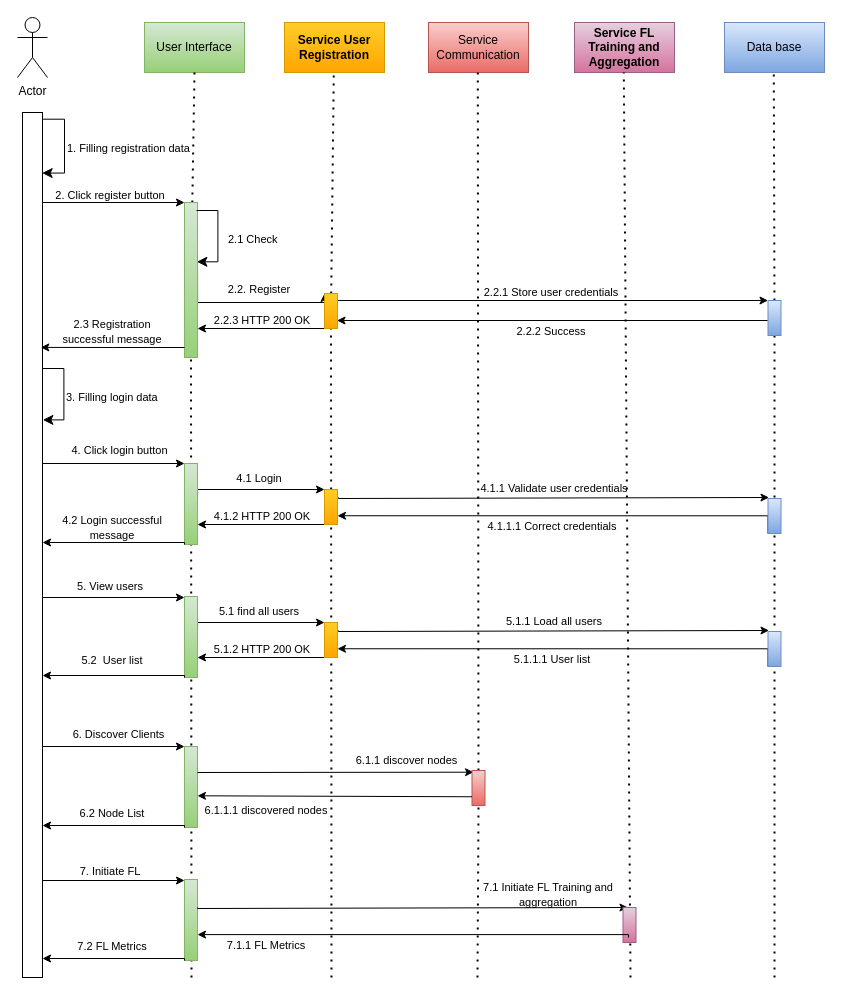
Earlier version of the draw.io diagram Thesis/Process View.drawio (anandanlk/Drawings). Source tidied: cells renumbered, new cells numbered last; positions are measured from the earlier drawing's top-left corner, leaving out a move shared by most shapes. Both pictures are drawn from the tidied source at 100%, with x=0, y=0 at pixel (17, 17).
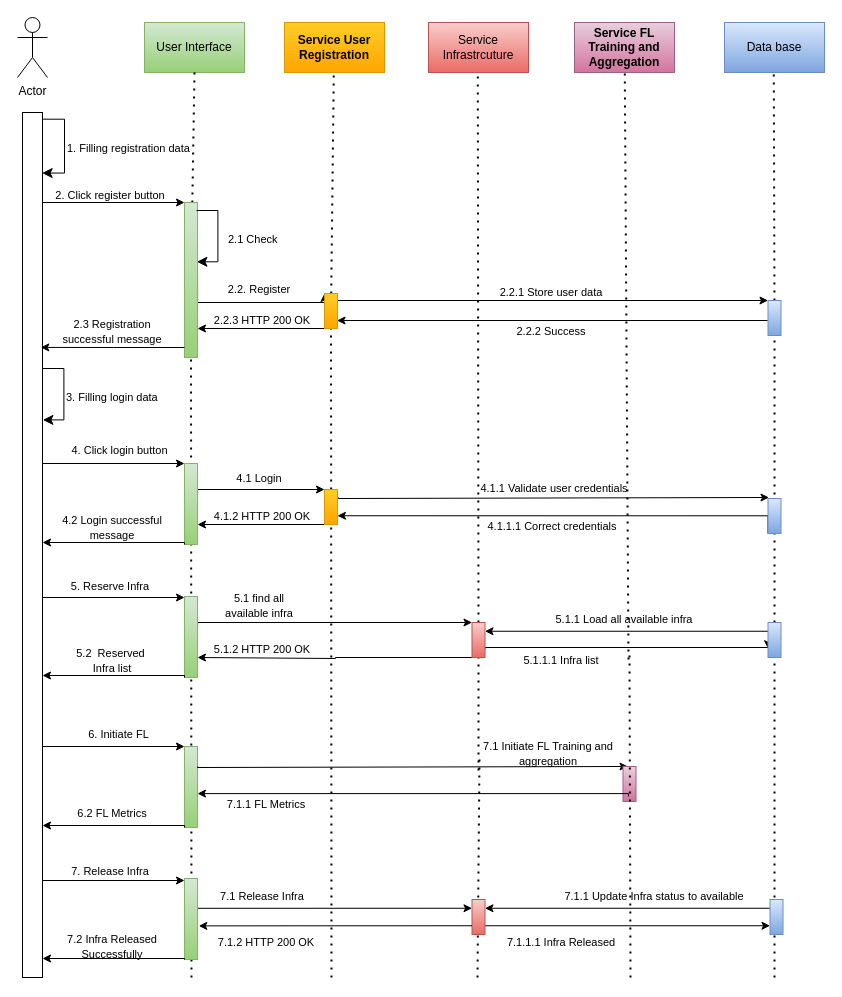
After the change.

Unchanged cells that the change refers to:
```xml
<mxCell id="30" style="rounded=0;whiteSpace=wrap;html=1;fillColor=#dae8fc;strokeColor=#6c8ebf;gradientColor=#7ea6e0;" parent="1" vertex="1">
  <mxGeometry x="750.5" y="283" width="13" height="35" as="geometry" />
</mxCell>
<mxCell id="53" style="rounded=0;whiteSpace=wrap;html=1;fillColor=#d5e8d4;gradientColor=#97d077;strokeColor=#82b366;" parent="1" vertex="1">
  <mxGeometry x="167" y="579" width="13" height="81" as="geometry" />
</mxCell>
```

What changed in the source:
```diff
@@
-    <mxCell id="4" value="Service Communication" style="html=1;dashed=0;whiteSpace=wrap;fillColor=#f8cecc;gradientColor=#ea6b66;strokeColor=#b85450;" parent="1" vertex="1">
+    <mxCell id="4" value="Service Infrastrcuture" style="html=1;dashed=0;whiteSpace=wrap;fillColor=#f8cecc;gradientColor=#ea6b66;strokeColor=#b85450;" parent="1" vertex="1">
       <mxGeometry x="411" y="5" width="100" height="50" as="geometry" />
     </mxCell>
@@
-    <mxCell id="12" style="endArrow=none;dashed=1;html=1;dashPattern=1 3;strokeWidth=2;rounded=0;entryX=0.5;entryY=1;entryDx=0;entryDy=0;" parent="1" edge="1" source="85">
+    <mxCell id="12" style="endArrow=none;dashed=1;html=1;dashPattern=1 3;strokeWidth=2;rounded=0;entryX=0.5;entryY=1;entryDx=0;entryDy=0;" parent="1" edge="1" source="92">
       <mxGeometry relative="1" as="geometry">
         <mxPoint x="460.3" y="55" as="targetPoint" />
       </mxGeometry>
     </mxCell>
-    <mxCell id="13" style="endArrow=none;dashed=1;html=1;dashPattern=1 3;strokeWidth=2;rounded=0;entryX=0.5;entryY=1;entryDx=0;entryDy=0;" parent="1" edge="1">
+    <mxCell id="13" style="endArrow=none;dashed=1;html=1;dashPattern=1 3;strokeWidth=2;rounded=0;entryX=0.5;entryY=1;entryDx=0;entryDy=0;exitX=1;exitY=0.5;exitDx=0;exitDy=0;" parent="1" edge="1">
       <mxGeometry relative="1" as="geometry">
-        <mxPoint x="613" y="960" as="sourcePoint" />
-        <mxPoint x="606.3" y="55" as="targetPoint" />
+        <mxPoint x="611" y="642" as="sourcePoint" />
+        <mxPoint x="607.3" y="55" as="targetPoint" />
       </mxGeometry>
     </mxCell>
@@
-    <mxCell id="29" style="endArrow=none;dashed=1;html=1;dashPattern=1 3;strokeWidth=2;rounded=0;entryX=0.5;entryY=1;entryDx=0;entryDy=0;" parent="1" edge="1" target="30">
-      <mxGeometry relative="1" as="geometry">
-        <mxPoint x="757" y="960" as="sourcePoint" />
-      </mxGeometry>
+    <mxCell id="29" style="endArrow=none;dashed=1;html=1;dashPattern=1 3;strokeWidth=2;rounded=0;entryX=0.5;entryY=1;entryDx=0;entryDy=0;" parent="1" edge="1" source="60" target="30">
+      <mxGeometry relative="1" as="geometry" />
     </mxCell>
@@
-    <mxCell id="31" value="&lt;font style=&quot;font-size: 11px;&quot;&gt;2.2.1 Store user credentials&lt;/font&gt;" style="text;html=1;align=center;verticalAlign=middle;whiteSpace=wrap;rounded=0;" parent="1" vertex="1">
+    <mxCell id="31" value="&lt;font style=&quot;font-size: 11px;&quot;&gt;2.2.1 Store user data&lt;/font&gt;" style="text;html=1;align=center;verticalAlign=middle;whiteSpace=wrap;rounded=0;" parent="1" vertex="1">
       <mxGeometry x="459" y="260" width="150" height="30" as="geometry" />
     </mxCell>
@@
-    <mxCell id="51" value="&lt;font style=&quot;font-size: 11px;&quot;&gt;5. View users&lt;/font&gt;" style="text;html=1;align=center;verticalAlign=middle;whiteSpace=wrap;rounded=0;" parent="1" vertex="1">
+    <mxCell id="51" value="&lt;font style=&quot;font-size: 11px;&quot;&gt;5. Reserve Infra&lt;/font&gt;" style="text;html=1;align=center;verticalAlign=middle;whiteSpace=wrap;rounded=0;" parent="1" vertex="1">
       <mxGeometry x="18" y="554" width="150" height="30" as="geometry" />
     </mxCell>
-    <mxCell id="52" style="edgeStyle=orthogonalEdgeStyle;rounded=0;jettySize=auto;html=1;entryX=0;entryY=0;entryDx=0;entryDy=0;exitX=1.005;exitY=0.421;exitDx=0;exitDy=0;exitPerimeter=0;" parent="1" edge="1" source="53" target="57">
+    <mxCell id="52" style="edgeStyle=orthogonalEdgeStyle;rounded=0;jettySize=auto;html=1;exitX=1.005;exitY=0.421;exitDx=0;exitDy=0;exitPerimeter=0;entryX=0;entryY=0;entryDx=0;entryDy=0;" parent="1" edge="1" source="53" target="92">
       <mxGeometry relative="1" as="geometry">
         <Array as="points">
           <mxPoint x="180" y="605" />
         </Array>
       </mxGeometry>
     </mxCell>
@@
-    <mxCell id="54" value="&lt;font style=&quot;font-size: 11px;&quot;&gt;5.1 find all users&lt;/font&gt;" style="text;html=1;align=center;verticalAlign=middle;whiteSpace=wrap;rounded=0;" parent="1" vertex="1">
-      <mxGeometry x="198" y="579" width="88" height="30" as="geometry" />
+    <mxCell id="54" value="&lt;font style=&quot;font-size: 11px;&quot;&gt;5.1 find all available infra&lt;/font&gt;" style="text;html=1;align=center;verticalAlign=middle;whiteSpace=wrap;rounded=0;" parent="1" vertex="1">
+      <mxGeometry x="198" y="573" width="88" height="30" as="geometry" />
     </mxCell>
-    <mxCell id="55" style="edgeStyle=orthogonalEdgeStyle;rounded=0;jettySize=auto;html=1;exitX=0;exitY=1;exitDx=0;exitDy=0;" parent="1" edge="1" source="57">
+    <mxCell id="55" style="edgeStyle=orthogonalEdgeStyle;rounded=0;jettySize=auto;html=1;exitX=0;exitY=1;exitDx=0;exitDy=0;" parent="1" edge="1" source="92">
       <mxGeometry relative="1" as="geometry">
         <mxPoint x="180" y="640" as="targetPoint" />
         <Array as="points">
-          <mxPoint x="180" y="640" />
+          <mxPoint x="318" y="640" />
+          <mxPoint x="180" y="641" />
         </Array>
       </mxGeometry>
     </mxCell>
-    <mxCell id="56" style="edgeStyle=orthogonalEdgeStyle;rounded=0;orthogonalLoop=1;jettySize=auto;html=1;entryX=0;entryY=0;entryDx=0;entryDy=0;" parent="1" edge="1">
-      <mxGeometry relative="1" as="geometry">
-        <mxPoint x="321" y="613" as="sourcePoint" />
-        <mxPoint x="751.5" y="613" as="targetPoint" />
-        <Array as="points">
-          <mxPoint x="752" y="614" />
-        </Array>
-      </mxGeometry>
-    </mxCell>
-    <mxCell id="57" style="rounded=0;whiteSpace=wrap;html=1;fillColor=#ffcd28;strokeColor=#d79b00;gradientColor=#ffa500;" parent="1" vertex="1">
-      <mxGeometry x="307" y="605" width="13" height="35" as="geometry" />
-    </mxCell>
@@
-    <mxCell id="59" style="edgeStyle=orthogonalEdgeStyle;rounded=0;jettySize=auto;html=1;exitX=0;exitY=1;exitDx=0;exitDy=0;entryX=1;entryY=0.75;entryDx=0;entryDy=0;" parent="1" edge="1" source="60" target="57">
-      <mxGeometry relative="1" as="geometry">
-        <Array as="points">
-          <mxPoint x="751" y="631" />
-        </Array>
-      </mxGeometry>
-    </mxCell>
-    <mxCell id="60" style="rounded=0;whiteSpace=wrap;html=1;fillColor=#dae8fc;strokeColor=#6c8ebf;gradientColor=#7ea6e0;" parent="1" vertex="1">
-      <mxGeometry x="750.5" y="614" width="13" height="35" as="geometry" />
-    </mxCell>
-    <mxCell id="61" value="&lt;font style=&quot;font-size: 11px;&quot;&gt;5.1.1 Load all users&lt;/font&gt;" style="text;html=1;align=center;verticalAlign=middle;whiteSpace=wrap;rounded=0;" parent="1" vertex="1">
-      <mxGeometry x="462" y="589" width="150" height="30" as="geometry" />
+    <mxCell id="61" value="&lt;font style=&quot;font-size: 11px;&quot;&gt;5.1.1 Load all available infra&lt;/font&gt;" style="text;html=1;align=center;verticalAlign=middle;whiteSpace=wrap;rounded=0;" parent="1" vertex="1">
+      <mxGeometry x="532" y="587" width="150" height="30" as="geometry" />
     </mxCell>
@@
-    <mxCell id="63" value="&lt;font style=&quot;font-size: 11px;&quot;&gt;5.2&amp;nbsp; User list&lt;/font&gt;" style="text;html=1;align=center;verticalAlign=middle;whiteSpace=wrap;rounded=0;" parent="1" vertex="1">
+    <mxCell id="63" value="&lt;font style=&quot;font-size: 11px;&quot;&gt;5.2&amp;nbsp; Reserved&amp;nbsp;&lt;/font&gt;&lt;div&gt;&lt;font style=&quot;font-size: 11px;&quot;&gt;Infra list&lt;/font&gt;&lt;/div&gt;" style="text;html=1;align=center;verticalAlign=middle;whiteSpace=wrap;rounded=0;" parent="1" vertex="1">
       <mxGeometry x="40" y="628" width="110" height="30" as="geometry" />
     </mxCell>
-    <mxCell id="64" value="&lt;font style=&quot;font-size: 11px;&quot;&gt;5.1.1.1 User list&lt;/font&gt;" style="text;html=1;align=center;verticalAlign=middle;whiteSpace=wrap;rounded=0;" parent="1" vertex="1">
-      <mxGeometry x="460" y="627" width="150" height="30" as="geometry" />
+    <mxCell id="64" value="&lt;font style=&quot;font-size: 11px;&quot;&gt;5.1.1.1 Infra list&lt;/font&gt;" style="text;html=1;align=center;verticalAlign=middle;whiteSpace=wrap;rounded=0;" parent="1" vertex="1">
+      <mxGeometry x="468.5" y="628" width="150" height="30" as="geometry" />
     </mxCell>
@@
-    <mxCell id="67" value="&lt;font style=&quot;font-size: 11px;&quot;&gt;6. Discover Clients&lt;/font&gt;" style="text;html=1;align=center;verticalAlign=middle;whiteSpace=wrap;rounded=0;" parent="1" vertex="1">
+    <mxCell id="67" value="&lt;font style=&quot;font-size: 11px;&quot;&gt;6. Initiate FL&lt;/font&gt;" style="text;html=1;align=center;verticalAlign=middle;whiteSpace=wrap;rounded=0;" parent="1" vertex="1">
       <mxGeometry x="44" y="705" width="115" height="23" as="geometry" />
     </mxCell>
@@
-    <mxCell id="69" style="edgeStyle=orthogonalEdgeStyle;rounded=0;orthogonalLoop=1;jettySize=auto;html=1;" parent="1" edge="1">
-      <mxGeometry relative="1" as="geometry">
-        <mxPoint x="180" y="755" as="sourcePoint" />
-        <mxPoint x="456" y="754.7" as="targetPoint" />
-        <Array as="points">
-          <mxPoint x="180" y="755" />
-        </Array>
-      </mxGeometry>
-    </mxCell>
@@
-    <mxCell id="71" value="&lt;font style=&quot;font-size: 11px;&quot;&gt;6.2 Node List&lt;/font&gt;" style="text;html=1;align=center;verticalAlign=middle;whiteSpace=wrap;rounded=0;" parent="1" vertex="1">
+    <mxCell id="71" value="&lt;font style=&quot;font-size: 11px;&quot;&gt;6.2 FL Metrics&lt;/font&gt;" style="text;html=1;align=center;verticalAlign=middle;whiteSpace=wrap;rounded=0;" parent="1" vertex="1">
       <mxGeometry x="40" y="781" width="110" height="30" as="geometry" />
     </mxCell>
-    <mxCell id="72" value="&lt;font style=&quot;font-size: 11px;&quot;&gt;7. Initiate FL&lt;/font&gt;" style="text;html=1;align=center;verticalAlign=middle;whiteSpace=wrap;rounded=0;" parent="1" vertex="1">
+    <mxCell id="72" value="&lt;font style=&quot;font-size: 11px;&quot;&gt;7. Release Infra&lt;/font&gt;" style="text;html=1;align=center;verticalAlign=middle;whiteSpace=wrap;rounded=0;" parent="1" vertex="1">
       <mxGeometry x="18" y="839" width="150" height="30" as="geometry" />
     </mxCell>
+    <mxCell id="89" style="edgeStyle=orthogonalEdgeStyle;rounded=0;jettySize=auto;html=1;exitX=1;exitY=0.25;exitDx=0;exitDy=0;entryX=0;entryY=0.25;entryDx=0;entryDy=0;" parent="1" edge="1" source="73" target="101">
+      <mxGeometry relative="1" as="geometry">
+        <Array as="points">
+          <mxPoint x="180" y="891" />
+        </Array>
+      </mxGeometry>
+    </mxCell>
     <mxCell id="73" style="rounded=0;whiteSpace=wrap;html=1;fillColor=#d5e8d4;gradientColor=#97d077;strokeColor=#82b366;" parent="1" vertex="1">
-      <mxGeometry x="167" y="862" width="13" height="81" as="geometry" />
+      <mxGeometry x="167" y="861" width="13" height="81" as="geometry" />
     </mxCell>
     <mxCell id="74" style="edgeStyle=orthogonalEdgeStyle;rounded=0;orthogonalLoop=1;jettySize=auto;html=1;entryX=0;entryY=0;entryDx=0;entryDy=0;" parent="1" edge="1">
       <mxGeometry relative="1" as="geometry">
-        <mxPoint x="180" y="890" as="sourcePoint" />
-        <mxPoint x="610.5" y="890" as="targetPoint" />
+        <mxPoint x="180" y="749" as="sourcePoint" />
+        <mxPoint x="610.5" y="749" as="targetPoint" />
         <Array as="points">
-          <mxPoint x="611" y="891" />
+          <mxPoint x="611" y="750" />
         </Array>
       </mxGeometry>
     </mxCell>
     <mxCell id="75" style="rounded=0;whiteSpace=wrap;html=1;fillColor=#e6d0de;strokeColor=#996185;gradientColor=#d5739d;" parent="1" vertex="1">
-      <mxGeometry x="605.5" y="890" width="13" height="35" as="geometry" />
+      <mxGeometry x="605.5" y="749" width="13" height="35" as="geometry" />
     </mxCell>
     <mxCell id="76" style="edgeStyle=orthogonalEdgeStyle;rounded=0;orthogonalLoop=1;jettySize=auto;html=1;entryX=1;entryY=0.75;entryDx=0;entryDy=0;" parent="1" edge="1">
       <mxGeometry relative="1" as="geometry">
-        <mxPoint x="611" y="920" as="sourcePoint" />
-        <mxPoint x="180" y="917.1" as="targetPoint" />
+        <mxPoint x="611" y="779" as="sourcePoint" />
+        <mxPoint x="180" y="776.1" as="targetPoint" />
         <Array as="points">
-          <mxPoint x="611" y="916.9" />
+          <mxPoint x="611" y="775.9" />
         </Array>
       </mxGeometry>
     </mxCell>
     <mxCell id="77" value="&lt;font style=&quot;font-size: 11px;&quot;&gt;7.1 Initiate FL Training and aggregation&lt;/font&gt;" style="text;html=1;align=center;verticalAlign=middle;whiteSpace=wrap;rounded=0;" parent="1" vertex="1">
-      <mxGeometry x="455.5" y="862" width="150" height="30" as="geometry" />
+      <mxGeometry x="455.5" y="721" width="150" height="30" as="geometry" />
     </mxCell>
@@
-    <mxCell id="79" value="&lt;font style=&quot;font-size: 11px;&quot;&gt;7.2 FL Metrics&lt;/font&gt;" style="text;html=1;align=center;verticalAlign=middle;whiteSpace=wrap;rounded=0;" parent="1" vertex="1">
+    <mxCell id="79" value="&lt;font style=&quot;font-size: 11px;&quot;&gt;7.2 Infra Released Successfully&lt;/font&gt;" style="text;html=1;align=center;verticalAlign=middle;whiteSpace=wrap;rounded=0;" parent="1" vertex="1">
       <mxGeometry x="40" y="914" width="110" height="30" as="geometry" />
     </mxCell>
     <mxCell id="80" value="&lt;font style=&quot;font-size: 11px;&quot;&gt;7.1.1 FL Metrics&lt;/font&gt;" style="text;html=1;align=center;verticalAlign=middle;whiteSpace=wrap;rounded=0;" parent="1" vertex="1">
-      <mxGeometry x="173.5" y="913" width="150" height="30" as="geometry" />
+      <mxGeometry x="173.5" y="772" width="150" height="30" as="geometry" />
     </mxCell>
@@
-    <mxCell id="82" value="&lt;font style=&quot;font-size: 11px;&quot;&gt;6.1.1 discover nodes&lt;/font&gt;" style="text;html=1;align=center;verticalAlign=middle;whiteSpace=wrap;rounded=0;" parent="1" vertex="1">
-      <mxGeometry x="323.5" y="728" width="131" height="30" as="geometry" />
-    </mxCell>
-    <mxCell id="83" value="&lt;font style=&quot;font-size: 11px;&quot;&gt;6.1.1.1 discovered nodes&lt;/font&gt;" style="text;html=1;align=center;verticalAlign=middle;whiteSpace=wrap;rounded=0;" parent="1" vertex="1">
-      <mxGeometry x="173.5" y="778" width="150" height="30" as="geometry" />
-    </mxCell>
-    <mxCell id="84" style="endArrow=none;dashed=1;html=1;dashPattern=1 3;strokeWidth=2;rounded=0;entryX=0.5;entryY=1;entryDx=0;entryDy=0;" parent="1" edge="1" target="85">
+    <mxCell id="84" style="endArrow=none;dashed=1;html=1;dashPattern=1 3;strokeWidth=2;rounded=0;" parent="1" edge="1">
       <mxGeometry relative="1" as="geometry">
         <mxPoint x="460" y="960" as="sourcePoint" />
+        <mxPoint x="462" y="740" as="targetPoint" />
       </mxGeometry>
     </mxCell>
-    <mxCell id="85" style="rounded=0;whiteSpace=wrap;html=1;fillColor=#f8cecc;strokeColor=#b85450;gradientColor=#ea6b66;" parent="1" vertex="1">
-      <mxGeometry x="454.5" y="753" width="13" height="35" as="geometry" />
-    </mxCell>
-    <mxCell id="86" style="edgeStyle=orthogonalEdgeStyle;rounded=0;jettySize=auto;html=1;startArrow=classic;startFill=1;endArrow=none;endFill=0;entryX=0;entryY=0.75;entryDx=0;entryDy=0;" parent="1" edge="1" target="85">
-      <mxGeometry relative="1" as="geometry">
-        <mxPoint x="180" y="778.3" as="sourcePoint" />
-        <Array as="points">
-          <mxPoint x="455" y="778" />
-        </Array>
-      </mxGeometry>
-    </mxCell>
@@
+    <mxCell id="90" style="endArrow=none;dashed=1;html=1;dashPattern=1 3;strokeWidth=2;rounded=0;entryX=0.5;entryY=1;entryDx=0;entryDy=0;" parent="1" edge="1" target="92">
+      <mxGeometry relative="1" as="geometry">
+        <mxPoint x="461" y="753" as="sourcePoint" />
+      </mxGeometry>
+    </mxCell>
+    <mxCell id="91" style="edgeStyle=orthogonalEdgeStyle;rounded=0;jettySize=auto;html=1;exitX=1;exitY=0.75;exitDx=0;exitDy=0;entryX=0;entryY=0.75;entryDx=0;entryDy=0;" parent="1" edge="1" source="92" target="60">
+      <mxGeometry relative="1" as="geometry">
+        <Array as="points">
+          <mxPoint x="467" y="630" />
+          <mxPoint x="751" y="630" />
+        </Array>
+      </mxGeometry>
+    </mxCell>
+    <mxCell id="92" style="rounded=0;whiteSpace=wrap;html=1;fillColor=#f8cecc;strokeColor=#b85450;gradientColor=#ea6b66;" parent="1" vertex="1">
+      <mxGeometry x="454.5" y="605" width="13" height="35" as="geometry" />
+    </mxCell>
+    <mxCell id="93" style="endArrow=none;dashed=1;html=1;dashPattern=1 3;strokeWidth=2;rounded=0;entryX=0.5;entryY=1;entryDx=0;entryDy=0;" parent="1" edge="1">
+      <mxGeometry relative="1" as="geometry">
+        <mxPoint x="613" y="960" as="sourcePoint" />
+        <mxPoint x="612" y="638" as="targetPoint" />
+      </mxGeometry>
+    </mxCell>
+    <mxCell id="94" style="endArrow=none;dashed=1;html=1;dashPattern=1 3;strokeWidth=2;rounded=0;entryX=0.5;entryY=1;entryDx=0;entryDy=0;" parent="1" edge="1" target="60">
+      <mxGeometry relative="1" as="geometry">
+        <mxPoint x="757" y="960" as="sourcePoint" />
+      </mxGeometry>
+    </mxCell>
+    <mxCell id="95" style="edgeStyle=orthogonalEdgeStyle;rounded=0;jettySize=auto;html=1;exitX=0;exitY=0.25;exitDx=0;exitDy=0;entryX=1;entryY=0.25;entryDx=0;entryDy=0;" parent="1" edge="1" source="60" target="92">
+      <mxGeometry relative="1" as="geometry" />
+    </mxCell>
+    <mxCell id="60" style="rounded=0;whiteSpace=wrap;html=1;fillColor=#dae8fc;strokeColor=#6c8ebf;gradientColor=#7ea6e0;" parent="1" vertex="1">
+      <mxGeometry x="750.5" y="605" width="13" height="35" as="geometry" />
+    </mxCell>
+    <mxCell id="96" value="&lt;font style=&quot;font-size: 11px;&quot;&gt;7.1 Release Infra&lt;/font&gt;" style="text;html=1;align=center;verticalAlign=middle;whiteSpace=wrap;rounded=0;" parent="1" vertex="1">
+      <mxGeometry x="201" y="864" width="88" height="30" as="geometry" />
+    </mxCell>
+    <mxCell id="97" value="&lt;font style=&quot;font-size: 11px;&quot;&gt;7.1.2 HTTP 200 OK&lt;/font&gt;" style="text;html=1;align=center;verticalAlign=middle;whiteSpace=wrap;rounded=0;" parent="1" vertex="1">
+      <mxGeometry x="198.5" y="910" width="100" height="30" as="geometry" />
+    </mxCell>
+    <mxCell id="98" value="&lt;font style=&quot;font-size: 11px;&quot;&gt;7.1.1 Update Infra status to available&lt;/font&gt;" style="text;html=1;align=center;verticalAlign=middle;whiteSpace=wrap;rounded=0;" parent="1" vertex="1">
+      <mxGeometry x="532" y="864" width="210" height="30" as="geometry" />
+    </mxCell>
+    <mxCell id="99" value="&lt;font style=&quot;font-size: 11px;&quot;&gt;7.1.1.1 Infra Released&lt;/font&gt;" style="text;html=1;align=center;verticalAlign=middle;whiteSpace=wrap;rounded=0;" parent="1" vertex="1">
+      <mxGeometry x="468.5" y="910" width="150" height="30" as="geometry" />
+    </mxCell>
+    <mxCell id="100" style="edgeStyle=orthogonalEdgeStyle;rounded=0;jettySize=auto;html=1;exitX=1;exitY=0.75;exitDx=0;exitDy=0;entryX=0;entryY=0.75;entryDx=0;entryDy=0;" parent="1" edge="1" source="101" target="103">
+      <mxGeometry relative="1" as="geometry" />
+    </mxCell>
+    <mxCell id="101" style="rounded=0;whiteSpace=wrap;html=1;fillColor=#f8cecc;strokeColor=#b85450;gradientColor=#ea6b66;" parent="1" vertex="1">
+      <mxGeometry x="454.5" y="882" width="13" height="35" as="geometry" />
+    </mxCell>
+    <mxCell id="102" style="edgeStyle=orthogonalEdgeStyle;rounded=0;jettySize=auto;html=1;exitX=0;exitY=0.25;exitDx=0;exitDy=0;entryX=1;entryY=0.25;entryDx=0;entryDy=0;" parent="1" edge="1" source="103" target="101">
+      <mxGeometry relative="1" as="geometry" />
+    </mxCell>
+    <mxCell id="103" style="rounded=0;whiteSpace=wrap;html=1;fillColor=#dae8fc;strokeColor=#6c8ebf;gradientColor=#7ea6e0;" parent="1" vertex="1">
+      <mxGeometry x="752.5" y="882" width="13" height="35" as="geometry" />
+    </mxCell>
+    <mxCell id="104" style="edgeStyle=orthogonalEdgeStyle;rounded=0;jettySize=auto;html=1;exitX=0;exitY=0.75;exitDx=0;exitDy=0;entryX=1.099;entryY=0.585;entryDx=0;entryDy=0;entryPerimeter=0;" parent="1" edge="1" source="101" target="73">
+      <mxGeometry relative="1" as="geometry" />
+    </mxCell>
```
